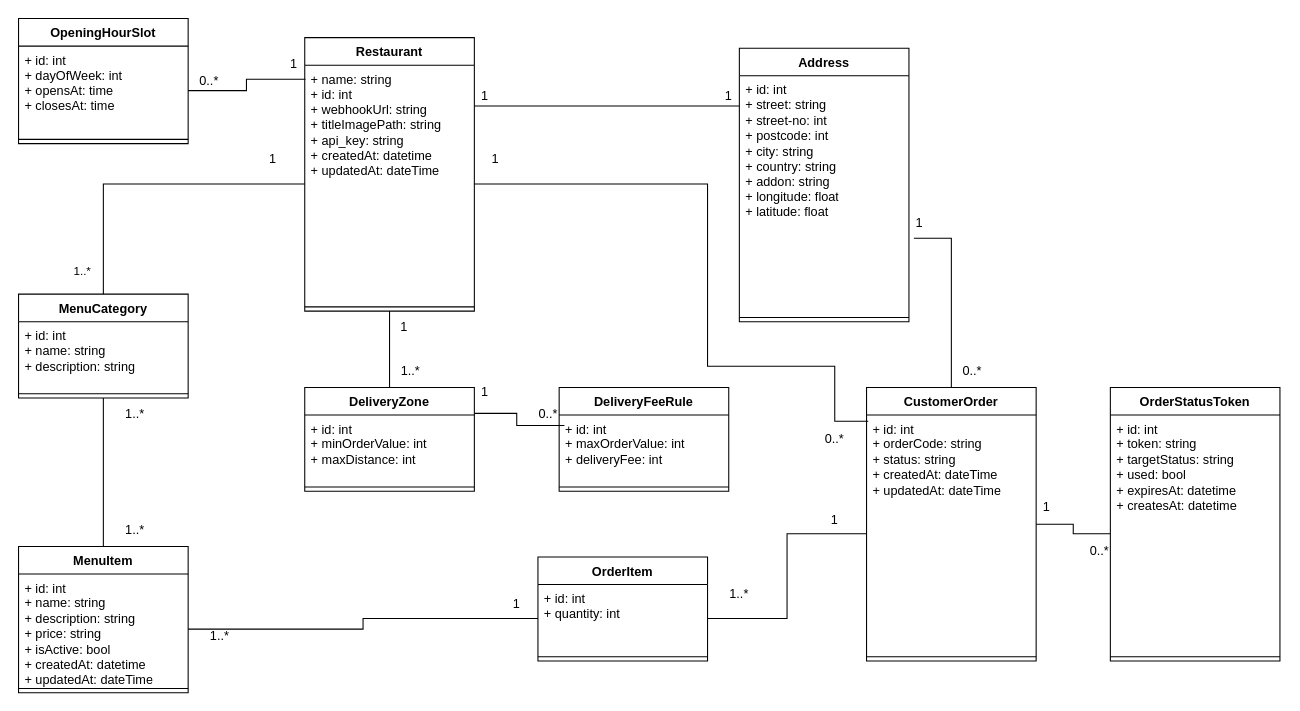
The draw.io diagram docs/UML-Diagramm_db.drawio in merlibird/bite-project, before the edit. Source tidied: cells renumbered, new cells numbered last; positions are measured from the earlier drawing's top-left corner, leaving out a move shared by most shapes. Both pictures are drawn from the tidied source at 106%, with x=0, y=0 at pixel (18, 18).
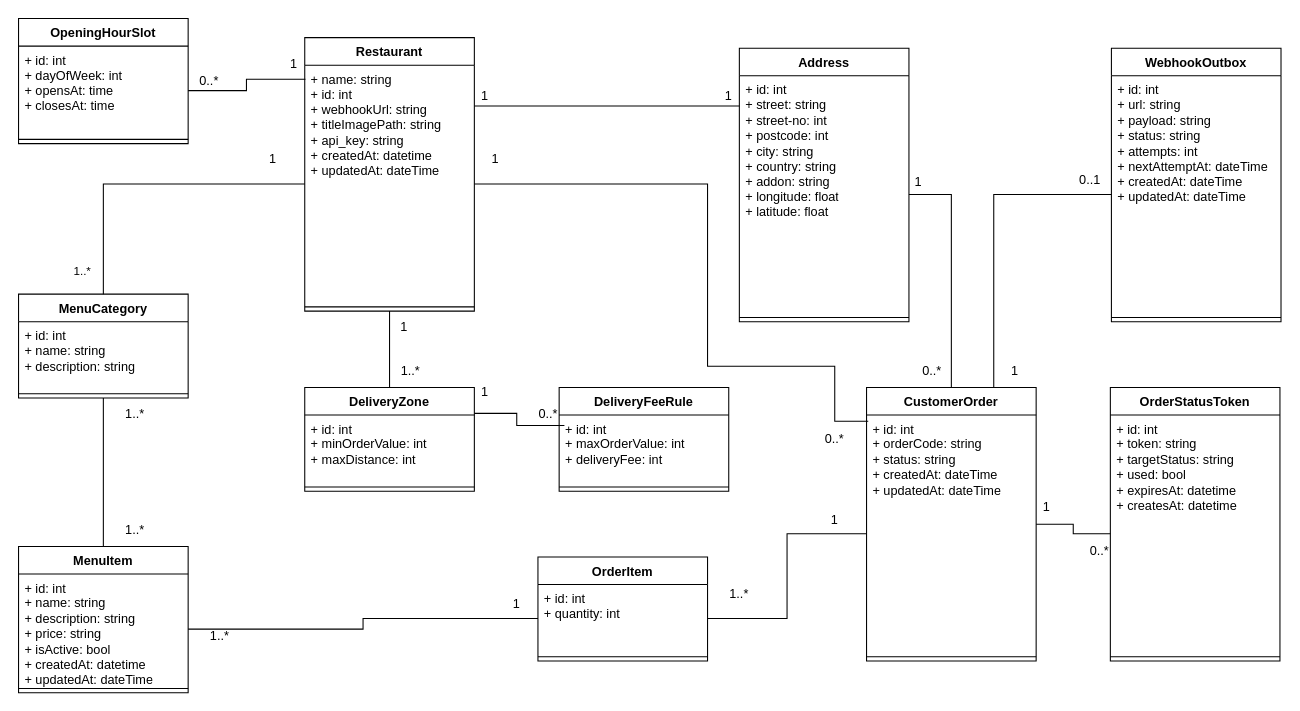
After the change.

The change refers to these unchanged cells:
```xml
<mxCell id="33" value="&lt;div&gt;+ id: int&lt;br&gt;&lt;div&gt;+ street: string&lt;/div&gt;&lt;div&gt;+ street-no: int&lt;/div&gt;&lt;div&gt;+ postcode: int&lt;/div&gt;&lt;div&gt;+ city: string&lt;/div&gt;&lt;div&gt;+ country: string&lt;/div&gt;&lt;div&gt;+ addon: string&lt;/div&gt;&lt;div&gt;+ longitude: float&lt;/div&gt;&lt;div&gt;+ latitude: float&amp;nbsp;&lt;/div&gt;&lt;/div&gt;" style="text;strokeColor=none;fillColor=none;align=left;verticalAlign=top;spacingLeft=4;spacingRight=4;overflow=hidden;points=[[0,0.5],[1,0.5]];portConstraint=eastwest;whiteSpace=wrap;html=1;" parent="32" vertex="1">
  <mxGeometry y="26" width="160" height="224" as="geometry" />
</mxCell>
<mxCell id="39" value="CustomerOrder" style="swimlane;fontStyle=1;align=center;verticalAlign=top;horizontal=1;startSize=26;whiteSpace=wrap;html=1;" parent="1" vertex="1">
  <mxGeometry x="800" y="348" width="160" height="258" as="geometry" />
</mxCell>
```

The edit, as a diff of the source:
```diff
@@
-    <mxCell id="47" style="edgeStyle=orthogonalEdgeStyle;rounded=0;jettySize=auto;html=1;entryX=1.029;entryY=0.684;entryDx=0;entryDy=0;entryPerimeter=0;endArrow=none;endFill=0;" parent="1" edge="1" source="39" target="33">
+    <mxCell id="47" style="edgeStyle=orthogonalEdgeStyle;rounded=0;jettySize=auto;html=1;entryX=1;entryY=0.5;entryDx=0;entryDy=0;endArrow=none;endFill=0;" parent="1" edge="1" source="39" target="33">
       <mxGeometry relative="1" as="geometry" />
     </mxCell>
     <mxCell id="48" value="1" style="text;html=1;whiteSpace=wrap;strokeColor=none;fillColor=none;align=center;verticalAlign=middle;rounded=0;" parent="1" vertex="1">
-      <mxGeometry x="820" y="178" width="60" height="30" as="geometry" />
+      <mxGeometry x="819" y="139" width="60" height="30" as="geometry" />
     </mxCell>
     <mxCell id="49" value="0..*" style="text;html=1;whiteSpace=wrap;strokeColor=none;fillColor=none;align=center;verticalAlign=middle;rounded=0;" parent="1" vertex="1">
-      <mxGeometry x="870" y="318" width="60" height="30" as="geometry" />
+      <mxGeometry x="832" y="318" width="60" height="30" as="geometry" />
     </mxCell>
@@
+    <mxCell id="64" value="WebhookOutbox" style="swimlane;fontStyle=1;align=center;verticalAlign=top;horizontal=1;startSize=26;whiteSpace=wrap;html=1;" parent="1" vertex="1">
+      <mxGeometry x="1031" y="28" width="160" height="258" as="geometry" />
+    </mxCell>
+    <mxCell id="65" value="+ id: int&lt;div&gt;+ url: string&lt;br&gt;&lt;div&gt;+ payload: string&lt;/div&gt;&lt;div&gt;+ status: string&lt;/div&gt;&lt;div&gt;+ attempts: int&lt;/div&gt;&lt;div&gt;+ nextAttemptAt: dateTime&lt;/div&gt;&lt;div&gt;+ createdAt: dateTime&lt;/div&gt;&lt;/div&gt;&lt;div&gt;+ updatedAt: dateTime&lt;/div&gt;" style="text;strokeColor=none;fillColor=none;align=left;verticalAlign=top;spacingLeft=4;spacingRight=4;overflow=hidden;points=[[0,0.5],[1,0.5]];portConstraint=eastwest;whiteSpace=wrap;html=1;" parent="64" vertex="1">
+      <mxGeometry y="26" width="160" height="224" as="geometry" />
+    </mxCell>
+    <mxCell id="66" style="line;strokeWidth=1;fillColor=none;align=left;verticalAlign=middle;spacingTop=-1;spacingLeft=3;spacingRight=3;labelPosition=right;strokeColor=inherit;" parent="64" vertex="1">
+      <mxGeometry y="250" width="160" height="8" as="geometry" />
+    </mxCell>
+    <mxCell id="67" style="edgeStyle=orthogonalEdgeStyle;rounded=0;jettySize=auto;html=1;exitX=0;exitY=0.5;exitDx=0;exitDy=0;entryX=0.75;entryY=0;entryDx=0;entryDy=0;endArrow=none;endFill=0;" parent="1" edge="1" source="65" target="39">
+      <mxGeometry relative="1" as="geometry" />
+    </mxCell>
+    <mxCell id="68" value="1" style="text;html=1;whiteSpace=wrap;strokeColor=none;fillColor=none;align=center;verticalAlign=middle;rounded=0;" parent="1" vertex="1">
+      <mxGeometry x="910" y="318" width="60" height="30" as="geometry" />
+    </mxCell>
+    <mxCell id="69" value="0..1" style="text;html=1;whiteSpace=wrap;strokeColor=none;fillColor=none;align=center;verticalAlign=middle;rounded=0;" parent="1" vertex="1">
+      <mxGeometry x="981" y="138" width="60" height="30" as="geometry" />
+    </mxCell>
```
